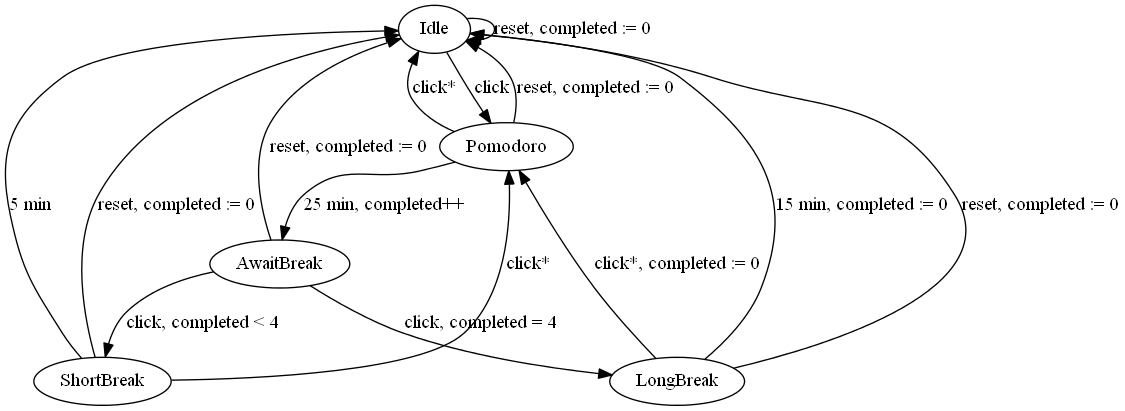
This is doc/timer-states.png from bram85/QTomato, a Graphviz export, as it was before one commit. Its source is kept beside it as doc/timer-states.gv.
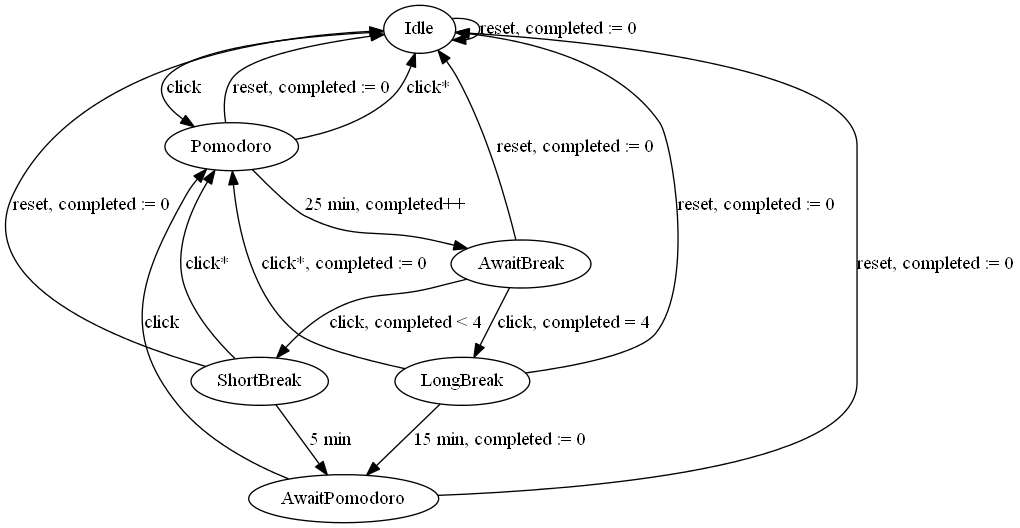
After the commit.

Commit message:
Make state diagram reflect the code changes.

What changed in the source:
```diff
@@ -8,6 +8,8 @@
     "ShortBreak";
     "LongBreak";
   }
+
+  "AwaitPomodoro";
 
   Idle -> Pomodoro [ label = "click" ];
   Idle -> Idle [ label = "reset, completed := 0" ];
@@ -20,11 +22,14 @@
   AwaitBreak -> LongBreak [ label = "click, completed = 4" ];
   AwaitBreak -> Idle [ label = "reset, completed := 0" ];
 
-  ShortBreak -> Idle [ label = "5 min" ];
+  ShortBreak -> AwaitPomodoro [ label = "5 min" ];
   ShortBreak -> Idle [ label = "reset, completed := 0" ];
   ShortBreak -> Pomodoro[ label = "click*"  ];
 
-  LongBreak -> Idle [ label = "15 min, completed := 0" ];
+  LongBreak -> AwaitPomodoro [ label = "15 min, completed := 0" ];
   LongBreak -> Idle [ label = "reset, completed := 0" ];
   LongBreak -> Pomodoro [ label = "click*, completed := 0" ];
+
+  AwaitPomodoro -> Pomodoro [ label = "click" ];
+  AwaitPomodoro -> Idle [ label = "reset, completed := 0" ];
 }
```
